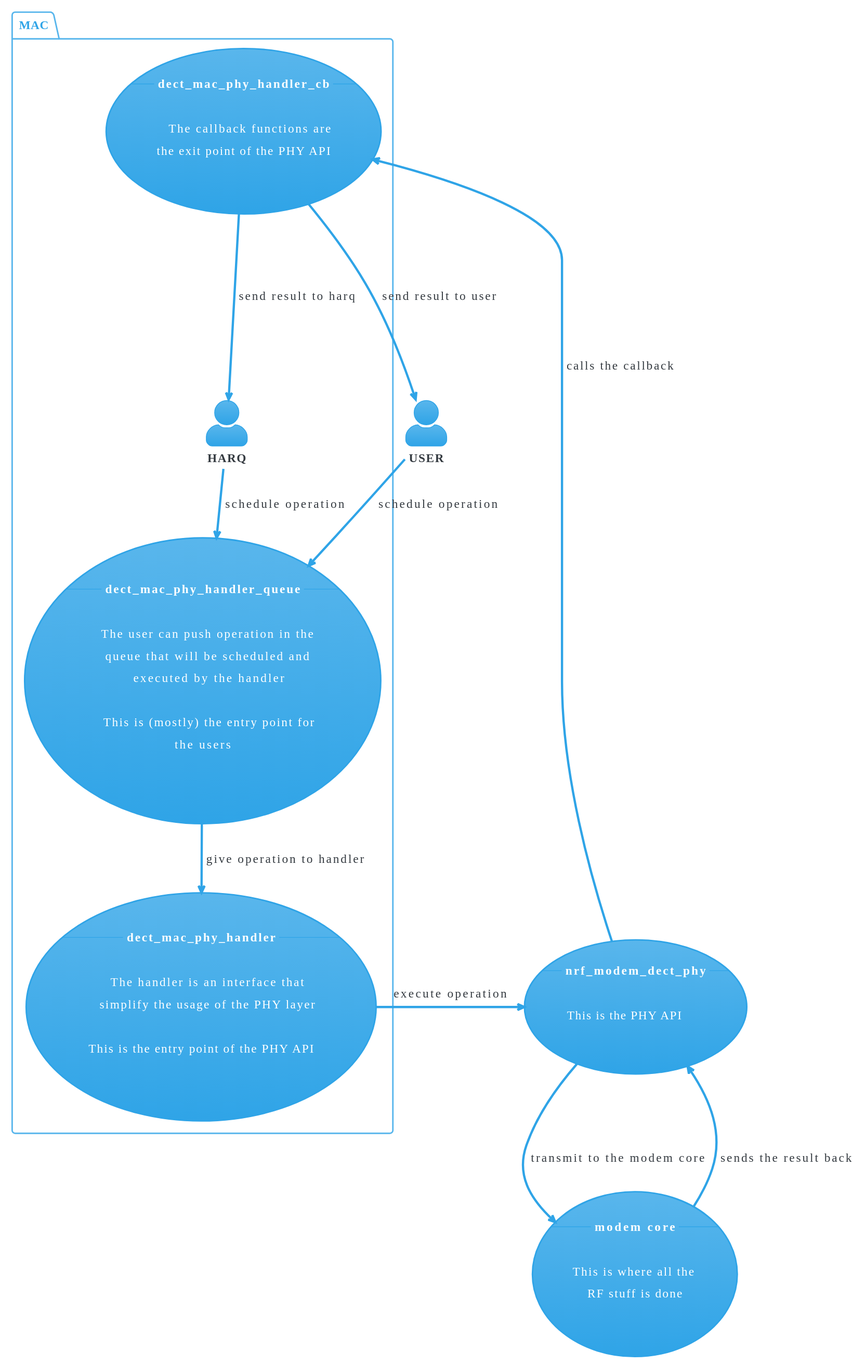
This is doc/diagrams/phy_handler_use_case.svg from Terrazed/bachelor-project_dect-nr-plus-harq, a PlantUML export, as it was before one commit. Its diagram source:
```plantuml
@startuml
!theme cerulean
skinparam DefaultFontSize 16
skinparam defaultFontName Gotham Black


skinparam actorStyle awesome

:**USER**: as user

package MAC {
    :**HARQ**: as harq

    usecase queue as "--**dect_mac_phy_handler_queue**--

    The user can push operation in the
    queue that will be scheduled and
    executed by the handler

    This is (mostly) the entry point for
    the users"


    usecase handler as "--**dect_mac_phy_handler**--

    The handler is an interface that
    simplify the usage of the PHY layer

    This is the entry point of the PHY API"

    usecase callback as "--**dect_mac_phy_handler_cb**--

    The callback functions are
    the exit point of the PHY API"
}

usecase phy as "--**nrf_modem_dect_phy**--

This is the PHY API"

usecase modem as "--**modem core**--

This is where all the
RF stuff is done"




user --> queue : schedule operation
harq --> queue : schedule operation
queue --> handler : give operation to handler
handler -> phy : execute operation
phy --> modem : transmit to the modem core
modem --> phy : sends the result back
phy --> callback : calls the callback
callback ----> user : send result to user
callback ----> harq : send result to harq
@enduml
```
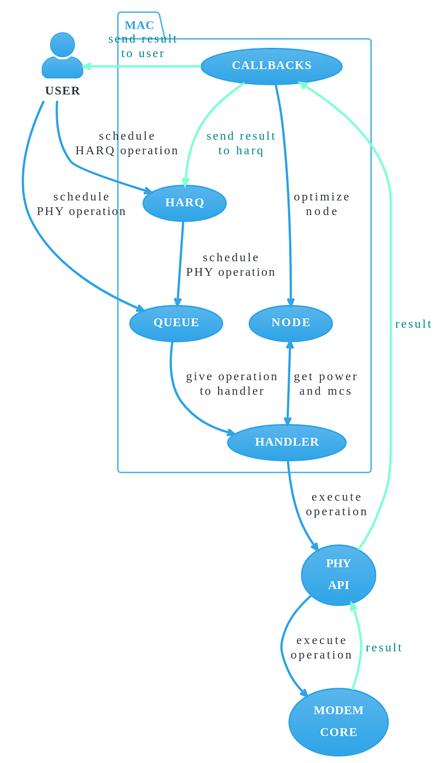
After the commit.

Commit message:
changed the usecase diagram

The edit, as a diff of the source:
```diff
@@ -9,50 +9,42 @@
 :**USER**: as user
 
 package MAC {
-    :**HARQ**: as harq
+    usecase harq as "**HARQ**"
 
-    usecase queue as "--**dect_mac_phy_handler_queue**--
-
-    The user can push operation in the
-    queue that will be scheduled and
-    executed by the handler
-
-    This is (mostly) the entry point for
-    the users"
+    usecase queue as "**QUEUE**"
 
 
-    usecase handler as "--**dect_mac_phy_handler**--
 
-    The handler is an interface that
-    simplify the usage of the PHY layer
+    usecase handler as "**HANDLER**"
 
-    This is the entry point of the PHY API"
 
-    usecase callback as "--**dect_mac_phy_handler_cb**--
+    usecase callback as "**CALLBACKS**"
 
-    The callback functions are
-    the exit point of the PHY API"
+
+    usecase node as "**NODE**"
 }
 
-usecase phy as "--**nrf_modem_dect_phy**--
+usecase phy as "**PHY**
+**API**"
 
-This is the PHY API"
 
-usecase modem as "--**modem core**--
-
-This is where all the
-RF stuff is done"
+usecase modem as "**MODEM**
+**CORE**"
 
 
 
 
-user --> queue : schedule operation
-harq --> queue : schedule operation
-queue --> handler : give operation to handler
-handler -> phy : execute operation
-phy --> modem : transmit to the modem core
-modem --> phy : sends the result back
-phy --> callback : calls the callback
-callback ----> user : send result to user
-callback ----> harq : send result to harq
+
+user ---> queue : schedule\nPHY operation
+user --> harq : schedule\nHARQ operation
+harq --> queue : schedule\nPHY operation
+queue --> handler : give operation\nto handler
+handler --> phy : execute\noperation
+phy --> modem : execute\noperation
+modem --> phy#line:aquamarine;text:darkcyan : result
+phy ---> callback#line:aquamarine;text:darkcyan : result
+callback --> user#line:aquamarine;text:darkcyan : send result\nto user
+callback --> harq#line:aquamarine;text:darkcyan : send result\nto harq
+node <--> handler : get power\nand mcs
+callback ---> node : optimize\nnode
 @enduml
```
